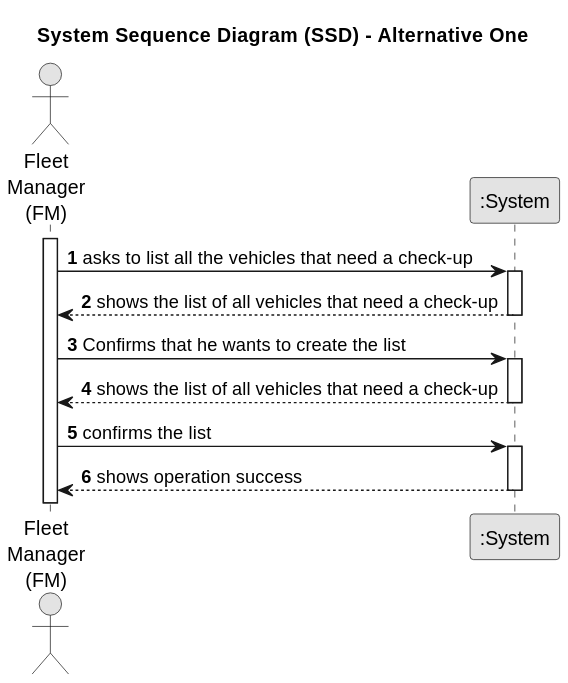
diogoveirospro/lei-24-s2-1dg-g072 keeps this PlantUML diagram as docs/sprintA/us008/01.requirements-engineering/svg/us008-system-sequence-diagram-alternative-one.svg. Above is the earlier version. Its diagram source:
```plantuml
@startuml
skinparam monochrome true
skinparam packageStyle rectangle
skinparam shadowing false

title System Sequence Diagram (SSD) - Alternative One

autonumber

actor "Fleet\nManager\n(FM)" as Employee
participant ":System" as System

activate Employee

    Employee -> System : asks to list all the vehicles that need a check-up
    activate System

        System --> Employee : shows the list of all vehicles that need a check-up
    deactivate System
    Employee -> System : Confirms that he wants to create the list
        activate System

            System --> Employee : shows the list of all vehicles that need a check-up
        deactivate System
    Employee -> System : confirms the list
    activate System

        System --> Employee : shows operation success
    deactivate System
@enduml
```
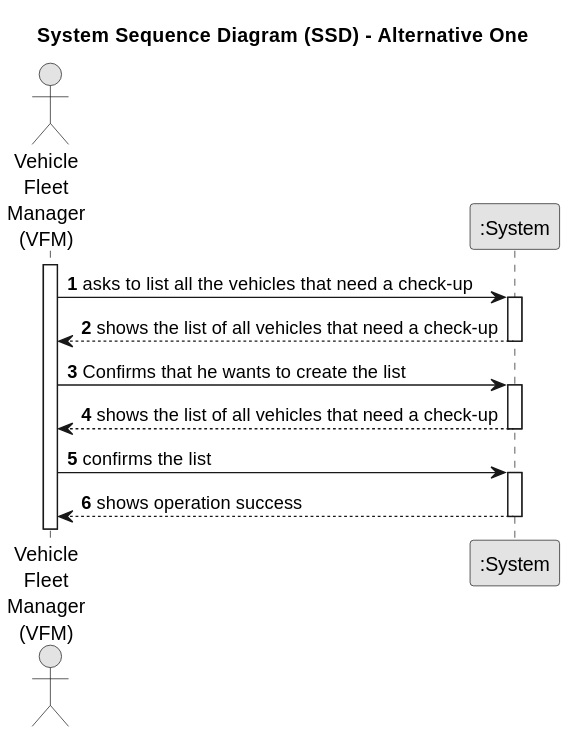
Above is the later version.

Change to the diagram source:
```diff
@@ -7,7 +7,7 @@
 
 autonumber
 
-actor "Fleet\nManager\n(FM)" as Employee
+actor "Vehicle\nFleet\nManager\n(VFM)" as Employee
 participant ":System" as System
 
 activate Employee
```
